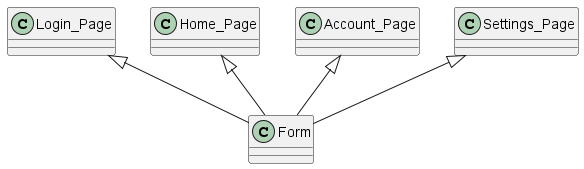
MFSeng/ASE_Assessment keeps this PlantUML diagram as Diagrams/Class Diagrams/old class diagram.png. Above is the earlier version. The source it was exported from:
```plantuml
@startuml

Login_Page <|-- Form
Home_Page <|-- Form
Account_Page <|-- Form
Settings_Page <|-- Form


@enduml
```
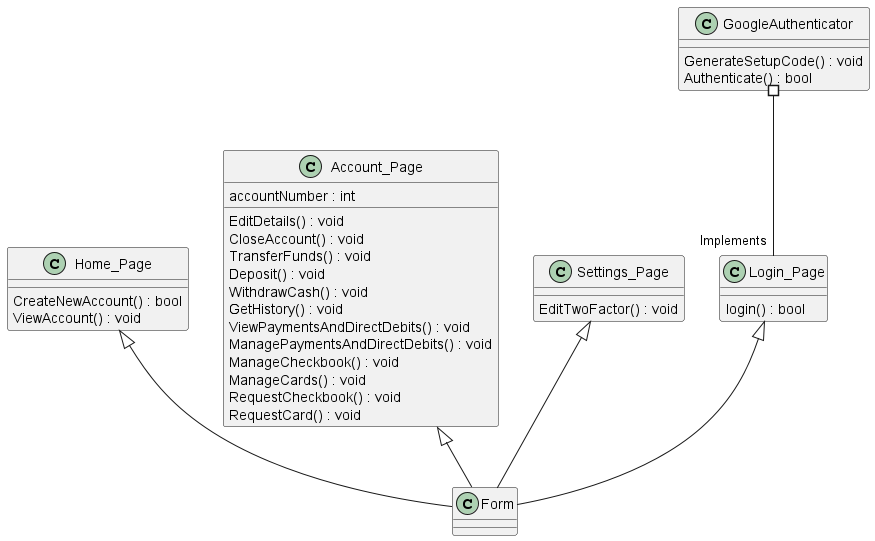
The same file after the commit.

Commit message:
Sorted out class diagram

Change to the diagram source:
```diff
@@ -5,5 +5,39 @@
 Account_Page <|-- Form
 Settings_Page <|-- Form
 
+GoogleAuthenticator #-- "Implements" Login_Page
 
+class Login_Page{
+	login() : bool
+}
+
+class GoogleAuthenticator{
+	GenerateSetupCode() : void
+	Authenticate() : bool
+}
+
+class Settings_Page {
+	EditTwoFactor() : void
+
+}
+class Home_Page {
+	CreateNewAccount() : bool
+	ViewAccount() : void
+}
+class Account_Page {
+	accountNumber : int
+	EditDetails() : void
+	CloseAccount() : void
+	TransferFunds() : void
+	Deposit() : void
+	WithdrawCash() : void
+	GetHistory() : void
+	ViewPaymentsAndDirectDebits() : void
+	ManagePaymentsAndDirectDebits() : void
+	ManageCheckbook() : void
+	ManageCards() : void
+	RequestCheckbook() : void
+	RequestCard() : void
+
+}
 @enduml
```
